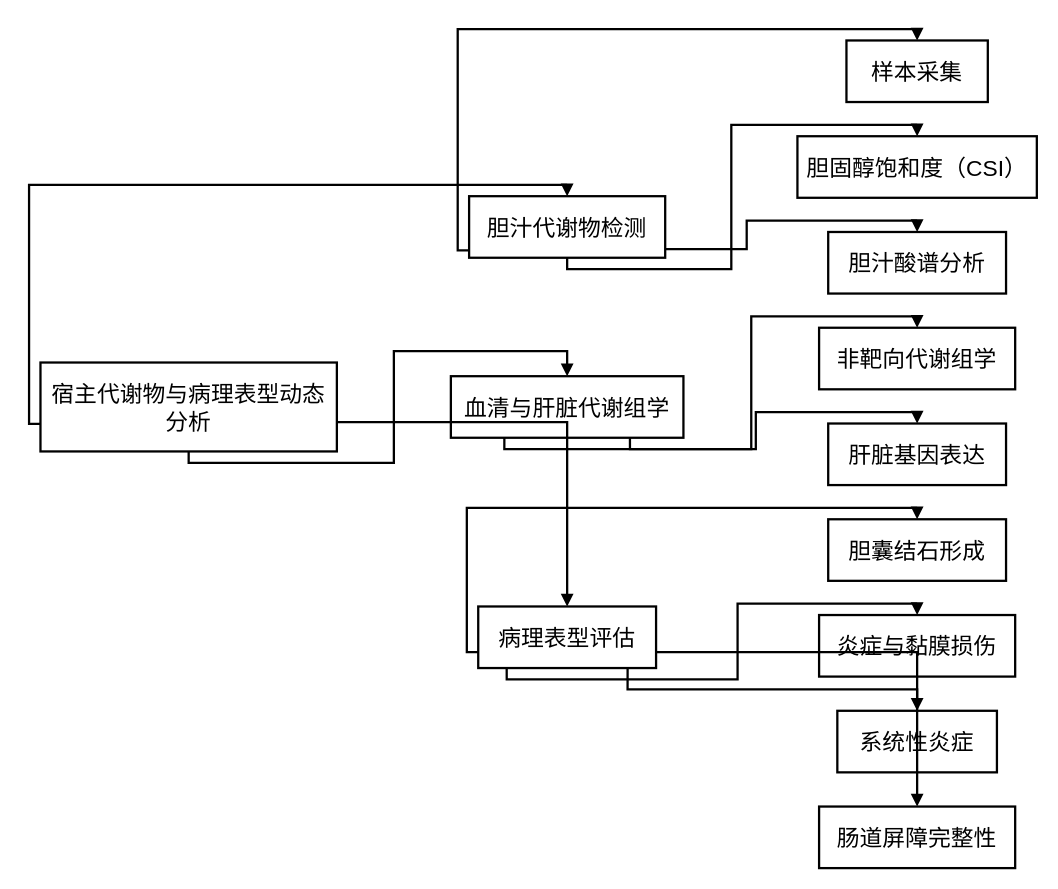
Above: 技术路线图3.drawio in DavidWang2019/TEST (draw.io), before the change. Source tidied: cells renumbered, new cells numbered last; positions are measured from the earlier drawing's top-left corner, leaving out a move shared by most shapes. Both pictures are drawn from the tidied source at 114%, with x=0, y=0 at pixel (40, 40).
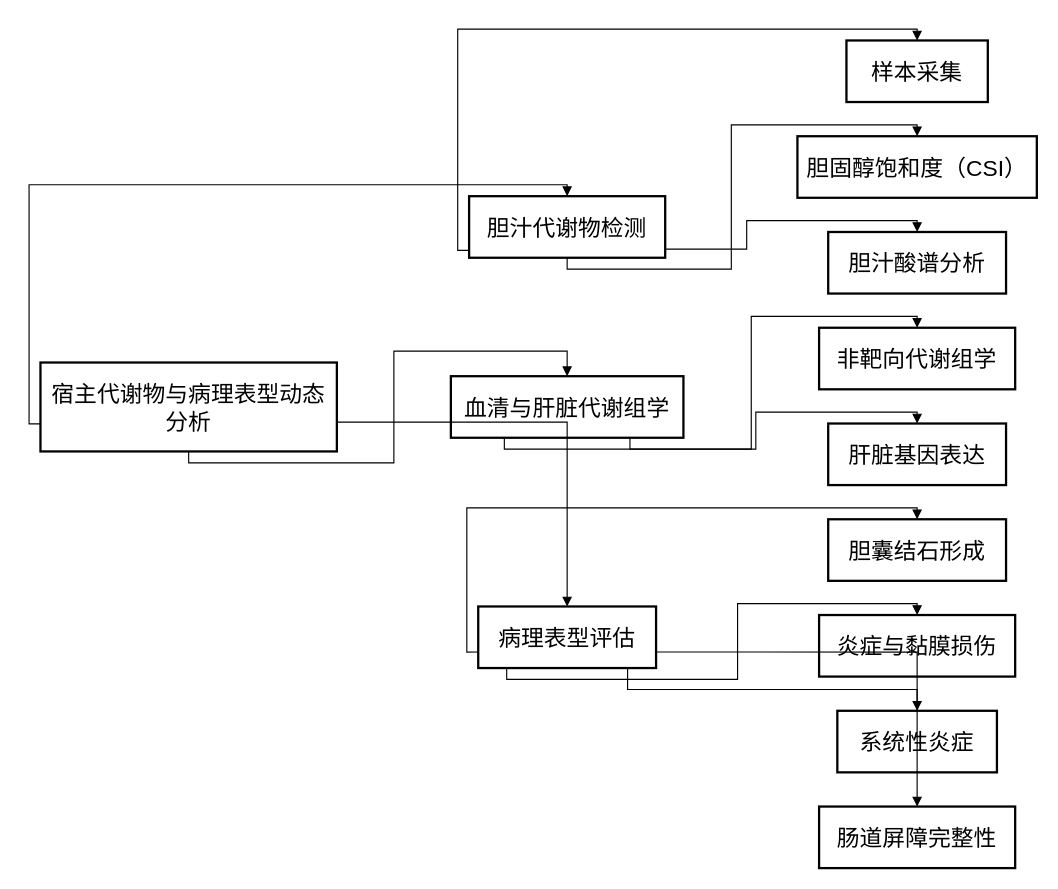
Above is the later version.

Commit message (it also covers changes not shown here):
更新技术路线图3.drawio

Unchanged cells that the change refers to:
```xml
<mxCell id="2" value="宿主代谢物与病理表型动态分析" style="whiteSpace=wrap;strokeWidth=2;fontSize=20;" parent="1" vertex="1">
  <mxGeometry y="282.5" width="260" height="78" as="geometry" />
</mxCell>
<mxCell id="3" value="胆汁代谢物检测" style="whiteSpace=wrap;strokeWidth=2;fontSize=20;" parent="1" vertex="1">
  <mxGeometry x="376" y="136.6" width="172" height="54" as="geometry" />
</mxCell>
<mxCell id="4" value="血清与肝脏代谢组学" style="whiteSpace=wrap;strokeWidth=2;fontSize=20;" parent="1" vertex="1">
  <mxGeometry x="360" y="294.5" width="204" height="54" as="geometry" />
</mxCell>
<mxCell id="5" value="病理表型评估" style="whiteSpace=wrap;strokeWidth=2;fontSize=20;" parent="1" vertex="1">
  <mxGeometry x="384" y="496.5" width="156" height="54" as="geometry" />
</mxCell>
<mxCell id="6" value="样本采集" style="whiteSpace=wrap;strokeWidth=2;fontSize=20;" parent="1" vertex="1">
  <mxGeometry x="707" width="124" height="54" as="geometry" />
</mxCell>
<mxCell id="7" value="胆固醇饱和度（CSI）" style="whiteSpace=wrap;strokeWidth=2;fontSize=20;" parent="1" vertex="1">
  <mxGeometry x="664" y="84" width="210" height="54" as="geometry" />
</mxCell>
<mxCell id="8" value="胆汁酸谱分析" style="whiteSpace=wrap;strokeWidth=2;fontSize=20;" parent="1" vertex="1">
  <mxGeometry x="691" y="168" width="156" height="54" as="geometry" />
</mxCell>
<mxCell id="9" value="非靶向代谢组学" style="whiteSpace=wrap;strokeWidth=2;fontSize=20;" parent="1" vertex="1">
  <mxGeometry x="683" y="252" width="172" height="54" as="geometry" />
</mxCell>
<mxCell id="10" value="肝脏基因表达" style="whiteSpace=wrap;strokeWidth=2;fontSize=20;" parent="1" vertex="1">
  <mxGeometry x="691" y="336" width="156" height="54" as="geometry" />
</mxCell>
<mxCell id="11" value="胆囊结石形成" style="whiteSpace=wrap;strokeWidth=2;fontSize=20;" parent="1" vertex="1">
  <mxGeometry x="691" y="420" width="156" height="54" as="geometry" />
</mxCell>
<mxCell id="12" value="炎症与黏膜损伤" style="whiteSpace=wrap;strokeWidth=2;fontSize=20;" parent="1" vertex="1">
  <mxGeometry x="683" y="504" width="172" height="54" as="geometry" />
</mxCell>
<mxCell id="13" value="系统性炎症" style="whiteSpace=wrap;strokeWidth=2;fontSize=20;" parent="1" vertex="1">
  <mxGeometry x="699" y="588" width="140" height="54" as="geometry" />
</mxCell>
<mxCell id="14" value="肠道屏障完整性" style="whiteSpace=wrap;strokeWidth=2;fontSize=20;" parent="1" vertex="1">
  <mxGeometry x="683" y="672" width="172" height="54" as="geometry" />
</mxCell>
```

What changed in the source:
```diff
@@
-    <mxCell id="15" style="startArrow=none;endArrow=block;exitX=0;exitY=0.69;entryX=0.5;entryY=0;rounded=0;orthogonal=1;fontSize=20;edgeStyle=orthogonalEdgeStyle;elbow=vertical;strokeWidth=2;" parent="1" edge="1" source="2" target="3">
+    <mxCell id="15" style="startArrow=none;endArrow=block;exitX=0;exitY=0.69;entryX=0.5;entryY=0;rounded=0;orthogonal=1;fontSize=20;edgeStyle=orthogonalEdgeStyle;elbow=vertical;strokeWidth=1;" parent="1" edge="1" source="2" target="3">
       <mxGeometry relative="1" as="geometry" />
     </mxCell>
-    <mxCell id="16" style="startArrow=none;endArrow=block;exitX=0.5;exitY=1;entryX=0.5;entryY=0;rounded=0;orthogonal=1;fontSize=20;edgeStyle=orthogonalEdgeStyle;elbow=vertical;strokeWidth=2;" parent="1" edge="1" source="2" target="4">
+    <mxCell id="16" style="startArrow=none;endArrow=block;exitX=0.5;exitY=1;entryX=0.5;entryY=0;rounded=0;orthogonal=1;fontSize=20;edgeStyle=orthogonalEdgeStyle;elbow=vertical;strokeWidth=1;" parent="1" edge="1" source="2" target="4">
       <mxGeometry relative="1" as="geometry" />
     </mxCell>
-    <mxCell id="17" style="startArrow=none;endArrow=block;exitX=1;exitY=0.67;entryX=0.5;entryY=0;rounded=0;orthogonal=1;fontSize=20;edgeStyle=orthogonalEdgeStyle;elbow=vertical;strokeWidth=2;" parent="1" edge="1" source="2" target="5">
+    <mxCell id="17" style="startArrow=none;endArrow=block;exitX=1;exitY=0.67;entryX=0.5;entryY=0;rounded=0;orthogonal=1;fontSize=20;edgeStyle=orthogonalEdgeStyle;elbow=vertical;strokeWidth=1;" parent="1" edge="1" source="2" target="5">
       <mxGeometry relative="1" as="geometry" />
     </mxCell>
-    <mxCell id="18" style="startArrow=none;endArrow=block;exitX=0;exitY=0.88;entryX=0.5;entryY=0;rounded=0;orthogonal=1;fontSize=20;edgeStyle=orthogonalEdgeStyle;elbow=vertical;strokeWidth=2;" parent="1" edge="1" source="3" target="6">
+    <mxCell id="18" style="startArrow=none;endArrow=block;exitX=0;exitY=0.88;entryX=0.5;entryY=0;rounded=0;orthogonal=1;fontSize=20;edgeStyle=orthogonalEdgeStyle;elbow=vertical;strokeWidth=1;" parent="1" edge="1" source="3" target="6">
       <mxGeometry relative="1" as="geometry" />
     </mxCell>
-    <mxCell id="19" style="startArrow=none;endArrow=block;exitX=0.5;exitY=1;entryX=0.5;entryY=0;rounded=0;orthogonal=1;fontSize=20;edgeStyle=orthogonalEdgeStyle;elbow=vertical;strokeWidth=2;" parent="1" edge="1" source="3" target="7">
+    <mxCell id="19" style="startArrow=none;endArrow=block;exitX=0.5;exitY=1;entryX=0.5;entryY=0;rounded=0;orthogonal=1;fontSize=20;edgeStyle=orthogonalEdgeStyle;elbow=vertical;strokeWidth=1;" parent="1" edge="1" source="3" target="7">
       <mxGeometry relative="1" as="geometry" />
     </mxCell>
-    <mxCell id="20" style="startArrow=none;endArrow=block;exitX=1;exitY=0.86;entryX=0.5;entryY=0;rounded=0;orthogonal=1;fontSize=20;edgeStyle=orthogonalEdgeStyle;elbow=vertical;strokeWidth=2;" parent="1" edge="1" source="3" target="8">
+    <mxCell id="20" style="startArrow=none;endArrow=block;exitX=1;exitY=0.86;entryX=0.5;entryY=0;rounded=0;orthogonal=1;fontSize=20;edgeStyle=orthogonalEdgeStyle;elbow=vertical;strokeWidth=1;" parent="1" edge="1" source="3" target="8">
       <mxGeometry relative="1" as="geometry" />
     </mxCell>
-    <mxCell id="21" style="startArrow=none;endArrow=block;exitX=0.23;exitY=1;entryX=0.5;entryY=0;rounded=0;orthogonal=1;fontSize=20;edgeStyle=orthogonalEdgeStyle;elbow=vertical;strokeWidth=2;" parent="1" edge="1" source="4" target="9">
+    <mxCell id="21" style="startArrow=none;endArrow=block;exitX=0.23;exitY=1;entryX=0.5;entryY=0;rounded=0;orthogonal=1;fontSize=20;edgeStyle=orthogonalEdgeStyle;elbow=vertical;strokeWidth=1;" parent="1" edge="1" source="4" target="9">
       <mxGeometry relative="1" as="geometry" />
     </mxCell>
-    <mxCell id="22" style="startArrow=none;endArrow=block;exitX=0.77;exitY=1;entryX=0.5;entryY=0;rounded=0;orthogonal=1;fontSize=20;edgeStyle=orthogonalEdgeStyle;elbow=vertical;strokeWidth=2;" parent="1" edge="1" source="4" target="10">
+    <mxCell id="22" style="startArrow=none;endArrow=block;exitX=0.77;exitY=1;entryX=0.5;entryY=0;rounded=0;orthogonal=1;fontSize=20;edgeStyle=orthogonalEdgeStyle;elbow=vertical;strokeWidth=1;" parent="1" edge="1" source="4" target="10">
       <mxGeometry relative="1" as="geometry" />
     </mxCell>
-    <mxCell id="23" style="startArrow=none;endArrow=block;exitX=0;exitY=0.74;entryX=0.5;entryY=0;rounded=0;orthogonal=1;fontSize=20;edgeStyle=orthogonalEdgeStyle;elbow=vertical;strokeWidth=2;" parent="1" edge="1" source="5" target="11">
+    <mxCell id="23" style="startArrow=none;endArrow=block;exitX=0;exitY=0.74;entryX=0.5;entryY=0;rounded=0;orthogonal=1;fontSize=20;edgeStyle=orthogonalEdgeStyle;elbow=vertical;strokeWidth=1;" parent="1" edge="1" source="5" target="11">
       <mxGeometry relative="1" as="geometry" />
     </mxCell>
-    <mxCell id="24" style="startArrow=none;endArrow=block;exitX=0.16;exitY=1;entryX=0.5;entryY=0;rounded=0;orthogonal=1;fontSize=20;edgeStyle=orthogonalEdgeStyle;elbow=vertical;strokeWidth=2;" parent="1" edge="1" source="5" target="12">
+    <mxCell id="24" style="startArrow=none;endArrow=block;exitX=0.16;exitY=1;entryX=0.5;entryY=0;rounded=0;orthogonal=1;fontSize=20;edgeStyle=orthogonalEdgeStyle;elbow=vertical;strokeWidth=1;" parent="1" edge="1" source="5" target="12">
       <mxGeometry relative="1" as="geometry" />
     </mxCell>
-    <mxCell id="25" style="startArrow=none;endArrow=block;exitX=0.84;exitY=1;entryX=0.5;entryY=0;rounded=0;orthogonal=1;fontSize=20;edgeStyle=orthogonalEdgeStyle;elbow=vertical;strokeWidth=2;" parent="1" edge="1" source="5" target="13">
+    <mxCell id="25" style="startArrow=none;endArrow=block;exitX=0.84;exitY=1;entryX=0.5;entryY=0;rounded=0;orthogonal=1;fontSize=20;edgeStyle=orthogonalEdgeStyle;elbow=vertical;strokeWidth=1;" parent="1" edge="1" source="5" target="13">
       <mxGeometry relative="1" as="geometry" />
     </mxCell>
-    <mxCell id="26" style="startArrow=none;endArrow=block;exitX=1;exitY=0.74;entryX=0.5;entryY=0;rounded=0;orthogonal=1;fontSize=20;edgeStyle=orthogonalEdgeStyle;elbow=vertical;strokeWidth=2;" parent="1" edge="1" source="5" target="14">
+    <mxCell id="26" style="startArrow=none;endArrow=block;exitX=1;exitY=0.74;entryX=0.5;entryY=0;rounded=0;orthogonal=1;fontSize=20;edgeStyle=orthogonalEdgeStyle;elbow=vertical;strokeWidth=1;" parent="1" edge="1" source="5" target="14">
       <mxGeometry relative="1" as="geometry" />
     </mxCell>
```
